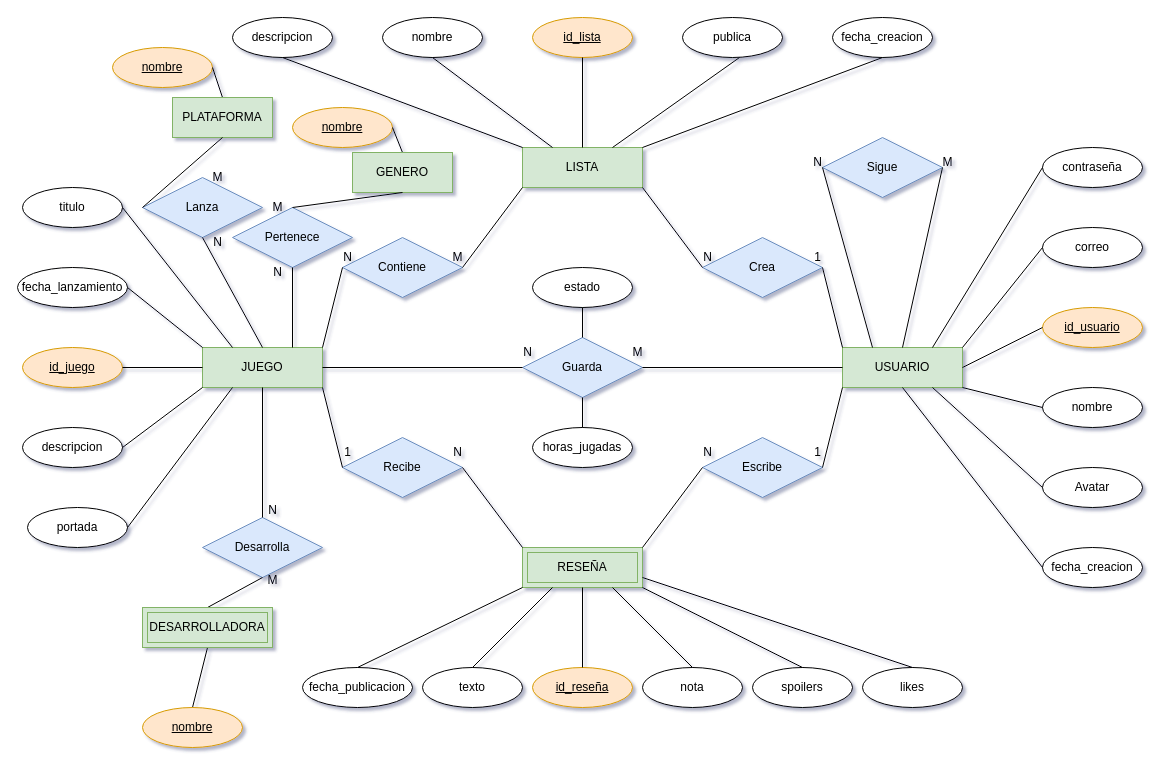
rodriss11sr/MemoryCard keeps this draw.io diagram as docs/diagramaBBDD_v1.drawio. Above is the earlier version. Source tidied: cells renumbered, new cells numbered last; positions are measured from the earlier drawing's top-left corner, leaving out a move shared by most shapes. Both pictures are drawn from the tidied source at 100%, with x=0, y=0 at pixel (17, 17).
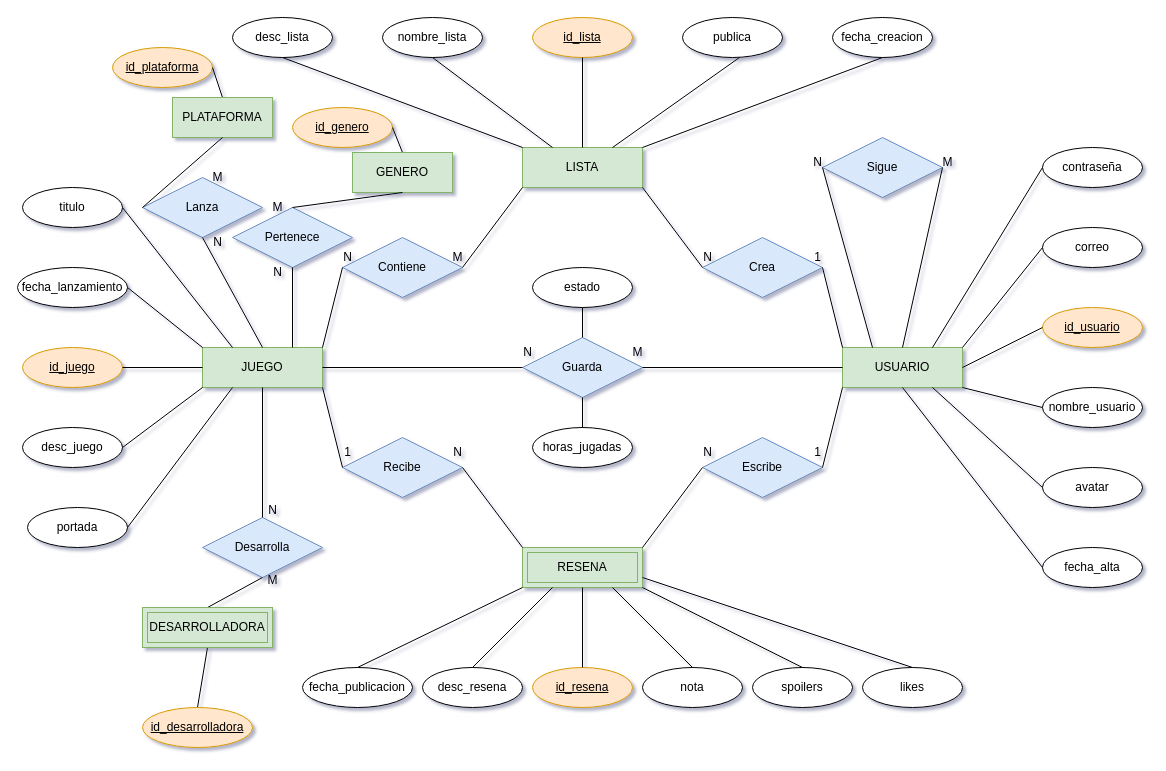
After the change.

Commit message (it also covers changes not shown here):
Paso a tablas

The edit, as a diff of the source:
```diff
@@
-    <mxCell id="6" value="nombre" style="ellipse;whiteSpace=wrap;html=1;align=center;" parent="1" vertex="1">
+    <mxCell id="6" value="nombre_usuario" style="ellipse;whiteSpace=wrap;html=1;align=center;" parent="1" vertex="1">
       <mxGeometry x="1025" y="370" width="100" height="40" as="geometry" />
     </mxCell>
@@
-    <mxCell id="8" value="fecha_creacion" style="ellipse;whiteSpace=wrap;html=1;align=center;" parent="1" vertex="1">
+    <mxCell id="8" value="fecha_alta" style="ellipse;whiteSpace=wrap;html=1;align=center;" parent="1" vertex="1">
       <mxGeometry x="1025" y="530" width="100" height="40" as="geometry" />
     </mxCell>
@@
-    <mxCell id="12" value="descripcion" style="ellipse;whiteSpace=wrap;html=1;align=center;" parent="1" vertex="1">
+    <mxCell id="12" value="desc_juego" style="ellipse;whiteSpace=wrap;html=1;align=center;" parent="1" vertex="1">
       <mxGeometry x="5" y="410" width="100" height="40" as="geometry" />
     </mxCell>
@@
-    <mxCell id="20" value="nombre" style="ellipse;whiteSpace=wrap;html=1;align=center;fontStyle=4;fillColor=#ffe6cc;strokeColor=#d79b00;" parent="1" vertex="1">
+    <mxCell id="20" value="id_plataforma" style="ellipse;whiteSpace=wrap;html=1;align=center;fontStyle=4;fillColor=#ffe6cc;strokeColor=#d79b00;" parent="1" vertex="1">
       <mxGeometry x="95" y="30" width="100" height="40" as="geometry" />
     </mxCell>
@@
-    <mxCell id="22" value="nombre" style="ellipse;whiteSpace=wrap;html=1;align=center;fontStyle=4;fillColor=#ffe6cc;strokeColor=#d79b00;" parent="1" vertex="1">
+    <mxCell id="22" value="id_genero" style="ellipse;whiteSpace=wrap;html=1;align=center;fontStyle=4;fillColor=#ffe6cc;strokeColor=#d79b00;" parent="1" vertex="1">
       <mxGeometry x="275" y="90" width="100" height="40" as="geometry" />
     </mxCell>
@@
-    <mxCell id="34" value="nombre" style="ellipse;whiteSpace=wrap;html=1;align=center;" parent="1" vertex="1">
+    <mxCell id="34" value="nombre_lista" style="ellipse;whiteSpace=wrap;html=1;align=center;" parent="1" vertex="1">
       <mxGeometry x="365" width="100" height="40" as="geometry" />
     </mxCell>
-    <mxCell id="35" value="Avatar" style="ellipse;whiteSpace=wrap;html=1;align=center;" parent="1" vertex="1">
+    <mxCell id="35" value="avatar" style="ellipse;whiteSpace=wrap;html=1;align=center;" parent="1" vertex="1">
       <mxGeometry x="1025" y="450" width="100" height="40" as="geometry" />
     </mxCell>
@@
-    <mxCell id="38" value="descripcion" style="ellipse;whiteSpace=wrap;html=1;align=center;" parent="1" vertex="1">
+    <mxCell id="38" value="desc_lista" style="ellipse;whiteSpace=wrap;html=1;align=center;" parent="1" vertex="1">
       <mxGeometry x="215" width="100" height="40" as="geometry" />
     </mxCell>
@@
-    <mxCell id="46" value="RESEÑA" style="shape=ext;margin=3;double=1;whiteSpace=wrap;html=1;align=center;fillColor=#d5e8d4;strokeColor=#82b366;" parent="1" vertex="1">
+    <mxCell id="46" value="RESENA" style="shape=ext;margin=3;double=1;whiteSpace=wrap;html=1;align=center;fillColor=#d5e8d4;strokeColor=#82b366;" parent="1" vertex="1">
       <mxGeometry x="505" y="530" width="120" height="40" as="geometry" />
     </mxCell>
-    <mxCell id="47" value="id_reseña" style="ellipse;whiteSpace=wrap;html=1;align=center;fontStyle=4;fillColor=#ffe6cc;strokeColor=#d79b00;" parent="1" vertex="1">
+    <mxCell id="47" value="id_resena" style="ellipse;whiteSpace=wrap;html=1;align=center;fontStyle=4;fillColor=#ffe6cc;strokeColor=#d79b00;" parent="1" vertex="1">
       <mxGeometry x="515" y="650" width="100" height="40" as="geometry" />
     </mxCell>
@@
-    <mxCell id="49" value="texto" style="ellipse;whiteSpace=wrap;html=1;align=center;" parent="1" vertex="1">
+    <mxCell id="49" value="desc_resena" style="ellipse;whiteSpace=wrap;html=1;align=center;" parent="1" vertex="1">
       <mxGeometry x="405" y="650" width="100" height="40" as="geometry" />
     </mxCell>
@@
-    <mxCell id="107" value="nombre" style="ellipse;whiteSpace=wrap;html=1;align=center;fontStyle=4;fillColor=#ffe6cc;strokeColor=#d79b00;" parent="1" vertex="1">
-      <mxGeometry x="125" y="690" width="100" height="40" as="geometry" />
+    <mxCell id="107" value="id_desarrolladora" style="ellipse;whiteSpace=wrap;html=1;align=center;fontStyle=4;fillColor=#ffe6cc;strokeColor=#d79b00;" parent="1" vertex="1">
+      <mxGeometry x="125" y="690" width="110" height="40" as="geometry" />
     </mxCell>
```
